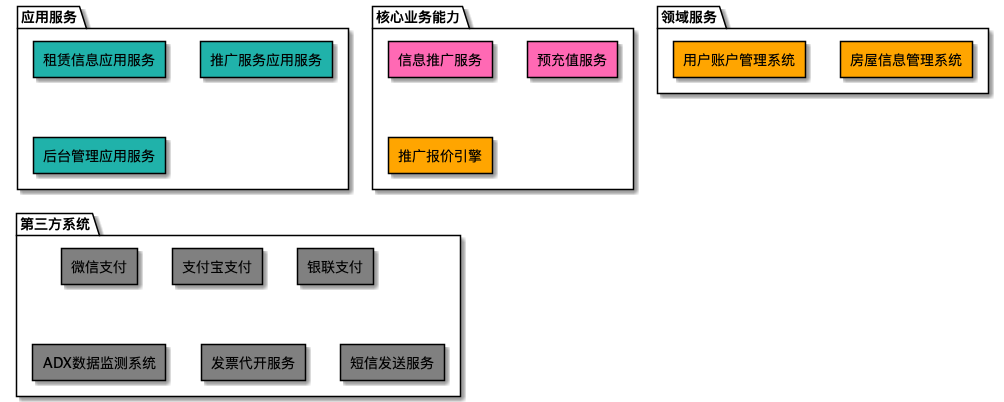
behring/8x-flow-diagram keeps this PlantUML diagram as src/main/kotlin/architecture/samples/diagrams/hello_world_inter_process_diagram.png. Above is the earlier version. Source of this version:
```plantuml
@startuml
skinparam componentStyle rectangle
skinparam rectangleFontColor black
        package <color:black>应用服务</color> {
   rectangle 租赁信息应用服务 #LightSeaGreen
rectangle 推广服务应用服务 #LightSeaGreen
rectangle 后台管理应用服务 #LightSeaGreen

}




package <color:black>核心业务能力</color> {
   rectangle 信息推广服务 #HotPink
rectangle 预充值服务 #HotPink

}

package <color:black>核心业务能力</color> {
   rectangle 推广报价引擎 #orange

}


package <color:black>领域服务</color> {
   rectangle 房屋信息管理系统 #orange
rectangle 用户账户管理系统 #orange

}



package <color:black>第三方系统</color> {
   rectangle 微信支付 #gray
rectangle 支付宝支付 #gray
rectangle 银联支付 #gray
rectangle ADX数据监测系统 #gray
rectangle 发票代开服务 #gray
rectangle 短信发送服务 #gray

}








@enduml
```
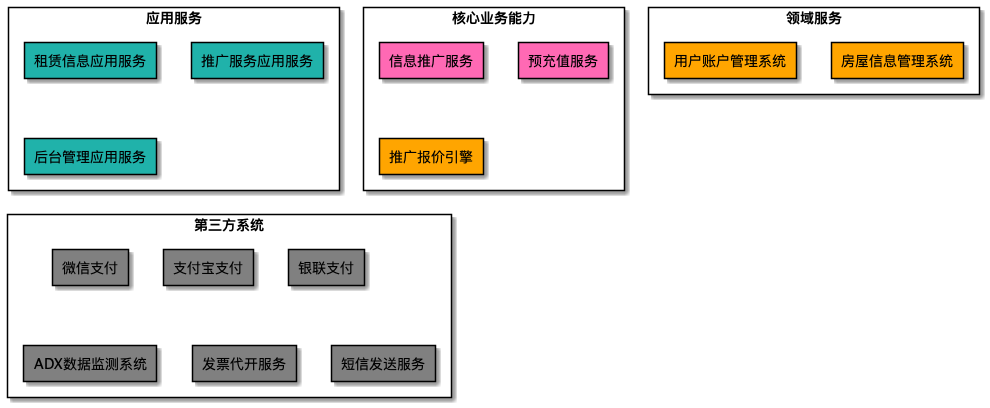
After the commit.

Commit message:
修改进程间架构图layer的样式(rectangle)

Diff of the diagram source:
```diff
@@ -1,7 +1,7 @@
 @startuml
 skinparam componentStyle rectangle
 skinparam rectangleFontColor black
-        package <color:black>应用服务</color> {
+        rectangle <color:black>应用服务</color> {
    rectangle 租赁信息应用服务 #LightSeaGreen
 rectangle 推广服务应用服务 #LightSeaGreen
 rectangle 后台管理应用服务 #LightSeaGreen
@@ -11,19 +11,19 @@
 
 
 
-package <color:black>核心业务能力</color> {
+rectangle <color:black>核心业务能力</color> {
    rectangle 信息推广服务 #HotPink
 rectangle 预充值服务 #HotPink
 
 }
 
-package <color:black>核心业务能力</color> {
+rectangle <color:black>核心业务能力</color> {
    rectangle 推广报价引擎 #orange
 
 }
 
 
-package <color:black>领域服务</color> {
+rectangle <color:black>领域服务</color> {
    rectangle 房屋信息管理系统 #orange
 rectangle 用户账户管理系统 #orange
 
@@ -31,7 +31,7 @@
 
 
 
-package <color:black>第三方系统</color> {
+rectangle <color:black>第三方系统</color> {
    rectangle 微信支付 #gray
 rectangle 支付宝支付 #gray
 rectangle 银联支付 #gray
```
